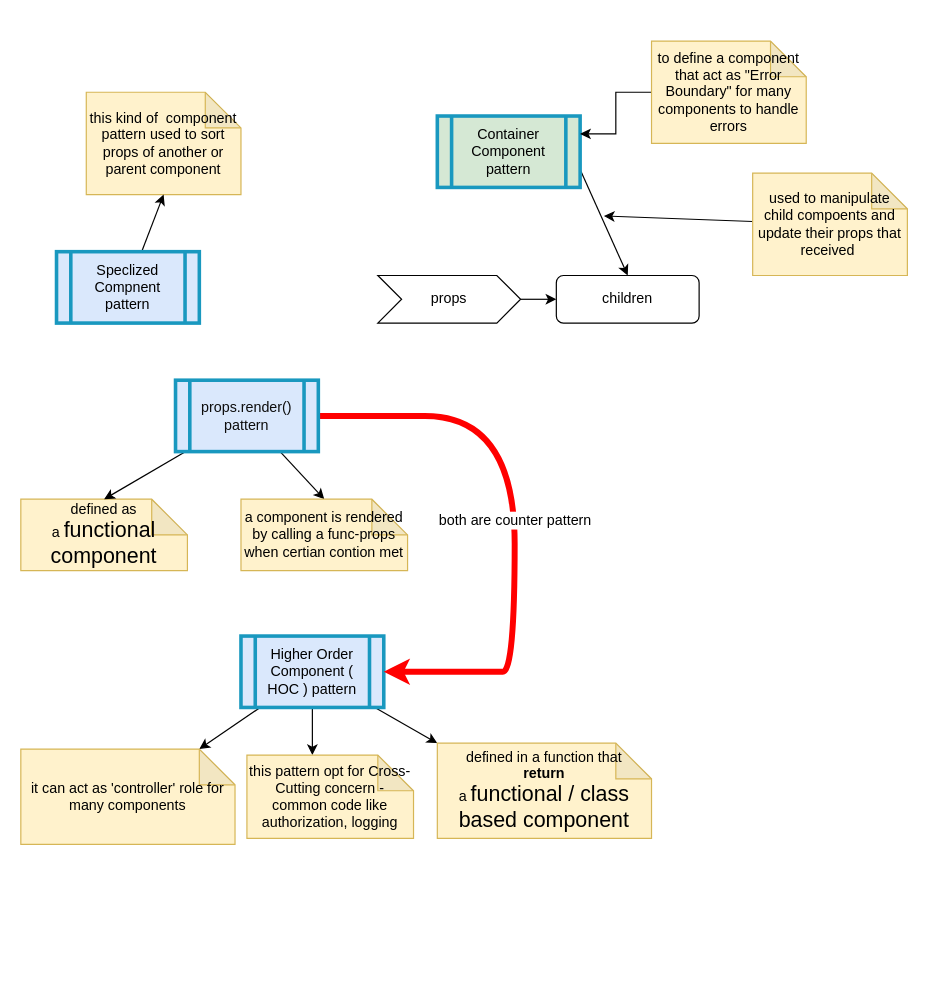
Earlier version of the draw.io diagram page "Page-1" (1 of 2) of My Articles/react/Component Composition.drawio (anbarasan-raji/books). Source tidied: cells renumbered, new cells numbered last; positions are measured from the earlier drawing's top-left corner, leaving out a move shared by most shapes. Both pictures are drawn from the tidied source at 119%, with x=0, y=0 at pixel (20, 40).
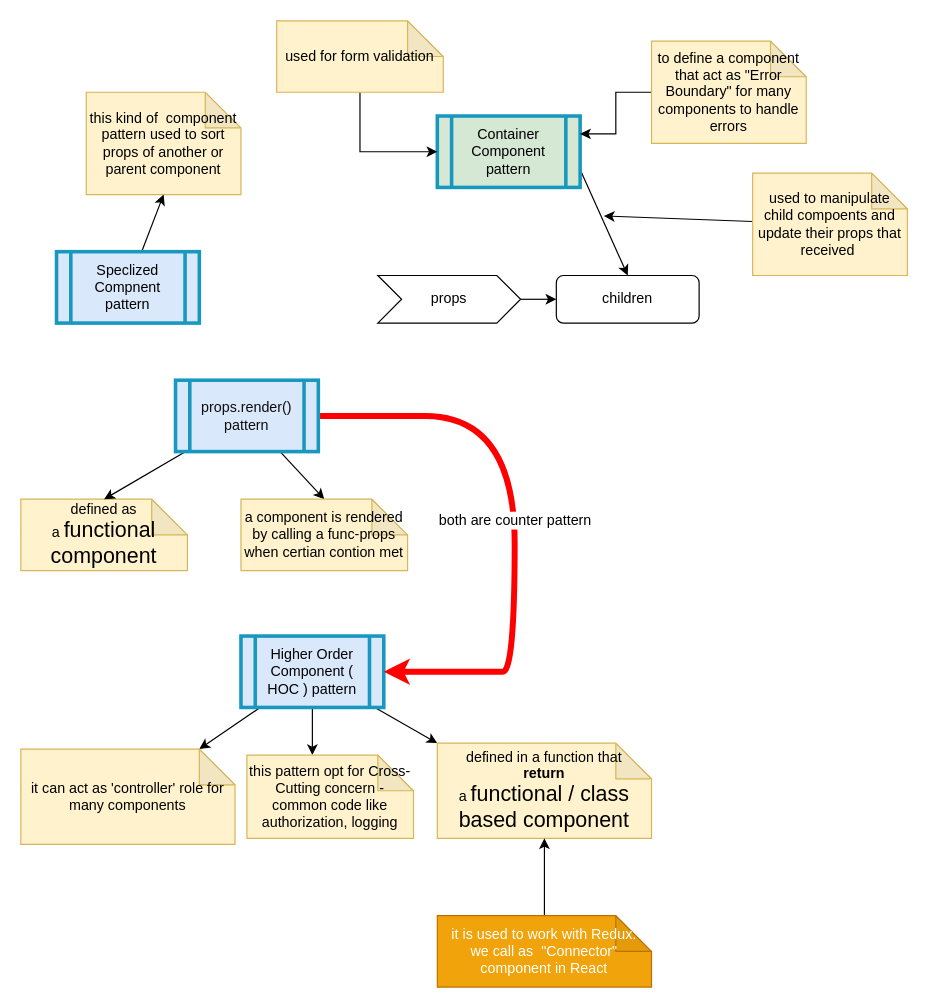
The same page after the edit.

The change refers to these unchanged cells:
```xml
<mxCell id="6" value="Container Component pattern" style="shape=process;whiteSpace=wrap;html=1;backgroundOutline=1;fillColor=#d5e8d4;strokeColor=#1998BF;strokeWidth=3;" parent="1" vertex="1">
  <mxGeometry x="350" y="63" width="120" height="60" as="geometry" />
</mxCell>
<mxCell id="17" value="defined in a function that&lt;br&gt;&lt;b&gt;return &lt;br&gt;&lt;/b&gt;a &lt;font style=&quot;font-size: 18px&quot;&gt;functional / class based component&lt;/font&gt;" style="shape=note;whiteSpace=wrap;html=1;backgroundOutline=1;darkOpacity=0.05;fillColor=#fff2cc;strokeColor=#d6b656;" parent="1" vertex="1">
  <mxGeometry x="350" y="590" width="180" height="80" as="geometry" />
</mxCell>
```

Change to the diagram source:
```diff
@@
+    <mxCell id="28" style="edgeStyle=orthogonalEdgeStyle;rounded=0;jettySize=auto;html=1;entryX=0;entryY=0.5;entryDx=0;entryDy=0;" parent="1" edge="1" source="29" target="6">
+      <mxGeometry relative="1" as="geometry" />
+    </mxCell>
+    <mxCell id="29" value="used for form validation" style="shape=note;whiteSpace=wrap;html=1;backgroundOutline=1;darkOpacity=0.05;fillColor=#fff2cc;strokeColor=#d6b656;" parent="1" vertex="1">
+      <mxGeometry x="215" y="-17" width="140" height="60" as="geometry" />
+    </mxCell>
+    <mxCell id="30" style="edgeStyle=orthogonalEdgeStyle;rounded=0;jettySize=auto;html=1;entryX=0.5;entryY=1;entryDx=0;entryDy=0;entryPerimeter=0;" parent="1" edge="1" source="31" target="17">
+      <mxGeometry relative="1" as="geometry" />
+    </mxCell>
+    <mxCell id="31" value="it is used to work with Redux.&lt;br&gt;we call as&amp;nbsp; &quot;Connector&quot; component in React" style="shape=note;whiteSpace=wrap;html=1;backgroundOutline=1;darkOpacity=0.05;fillColor=#f0a30a;strokeColor=#BD7000;fontColor=#ffffff;" parent="1" vertex="1">
+      <mxGeometry x="350" y="735" width="180" height="60" as="geometry" />
+    </mxCell>
```
